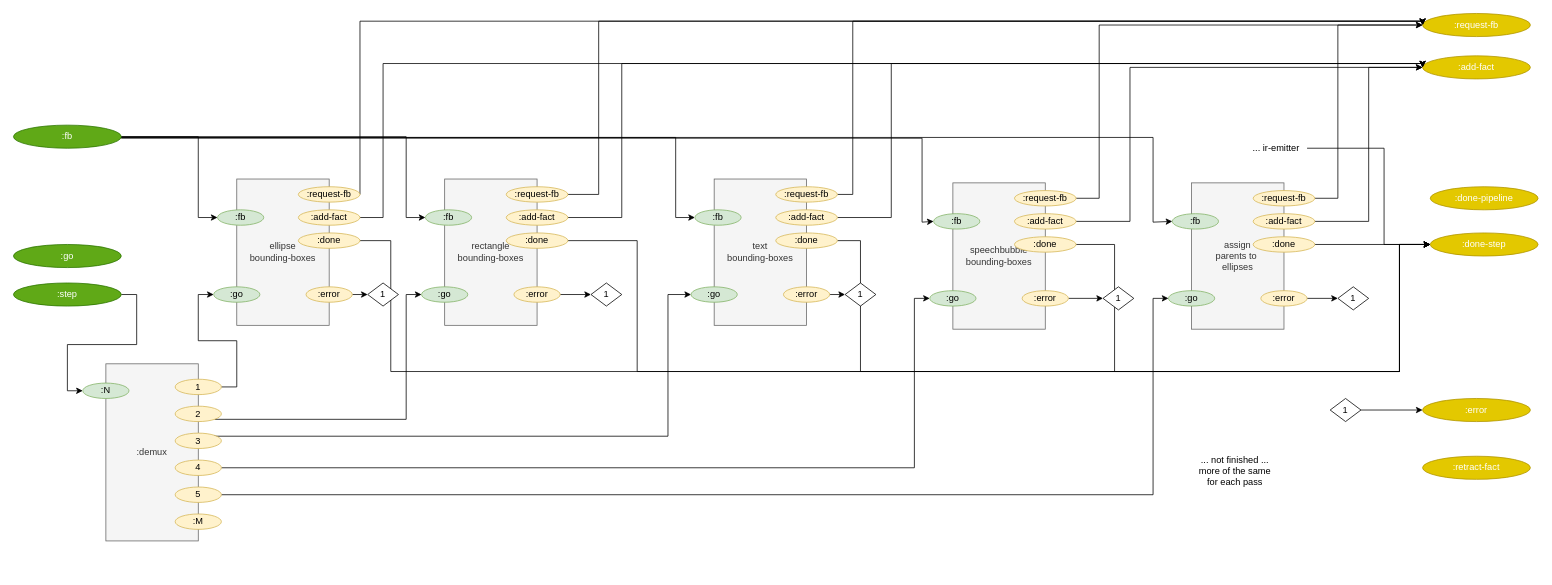
Earlier version of the draw.io diagram page "1. Passes" (7 of 7) of svg/cl-compiler/doc/V3-compiler.drawio (bmfbp/bmfbp). Source tidied: cells renumbered, new cells numbered last; positions are measured from the earlier drawing's top-left corner, leaving out a move shared by most shapes. Both pictures are drawn from the tidied source at 77%, with x=0, y=0 at pixel (13, 13).
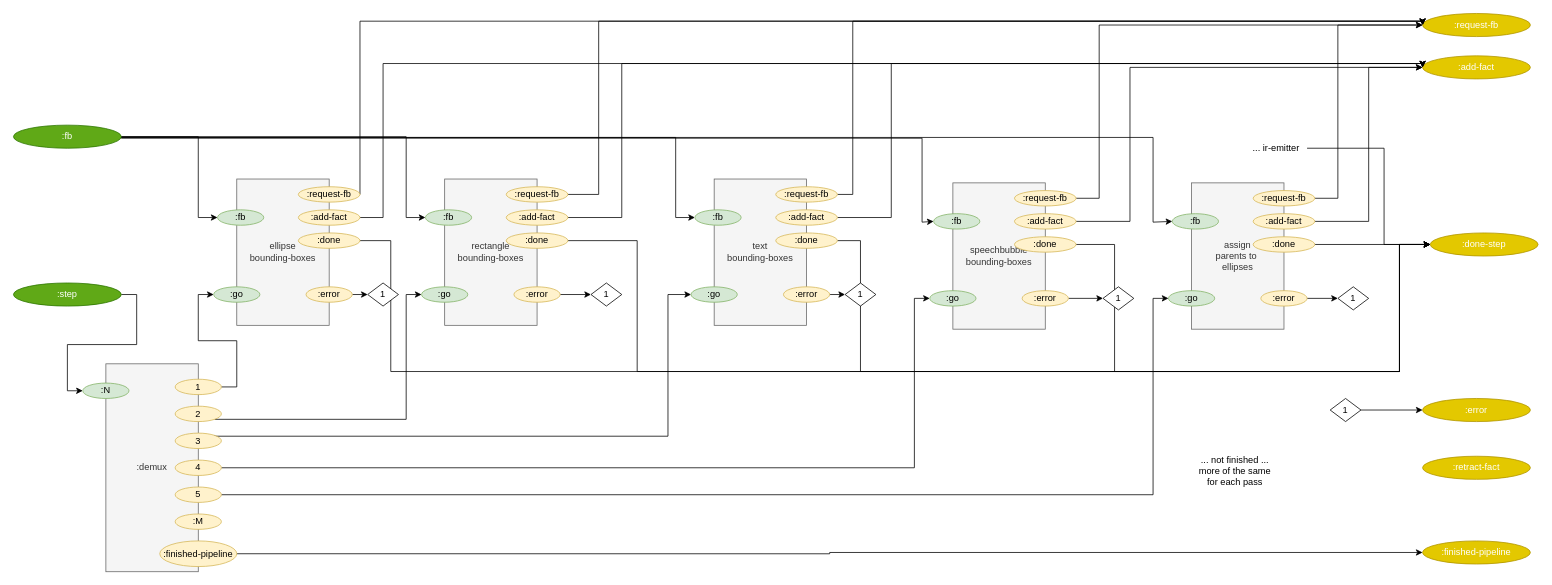
The same page after the edit.

Commit message:
corrected diagram

Diff of the diagram source:
```diff
@@
     <mxCell id="77" value=":demux" style="rounded=0;whiteSpace=wrap;html=1;fillColor=#f5f5f5;strokeColor=#666666;fontColor=#333333;" parent="1" vertex="1">
-      <mxGeometry x="120" y="455" width="120" height="230" as="geometry" />
+      <mxGeometry x="120" y="455" width="120" height="270" as="geometry" />
     </mxCell>
@@
-    <mxCell id="91" value=":go" style="ellipse;whiteSpace=wrap;html=1;fillColor=#60a917;strokeColor=#2D7600;fontColor=#ffffff;" parent="1" vertex="1">
-      <mxGeometry y="300" width="140" height="30" as="geometry" />
-    </mxCell>
-    <mxCell id="92" value=":done-pipeline" style="ellipse;whiteSpace=wrap;html=1;fillColor=#e3c800;strokeColor=#B09500;fontColor=#ffffff;" parent="1" vertex="1">
-      <mxGeometry x="1840" y="225" width="140" height="30" as="geometry" />
+    <mxCell id="92" value=":finished-pipeline" style="ellipse;whiteSpace=wrap;html=1;fillColor=#e3c800;strokeColor=#B09500;fontColor=#ffffff;" parent="1" vertex="1">
+      <mxGeometry x="1830" y="685" width="140" height="30" as="geometry" />
     </mxCell>
@@
+    <mxCell id="95" style="edgeStyle=orthogonalEdgeStyle;rounded=0;jettySize=auto;html=1;exitX=1;exitY=0.5;exitDx=0;exitDy=0;entryX=0;entryY=0.5;entryDx=0;entryDy=0;" parent="1" edge="1" source="96" target="92">
+      <mxGeometry relative="1" as="geometry" />
+    </mxCell>
+    <mxCell id="96" value=":finished-pipeline" style="ellipse;whiteSpace=wrap;html=1;fillColor=#fff2cc;strokeColor=#d6b656;" parent="1" vertex="1">
+      <mxGeometry x="190" y="685" width="100" height="33.3" as="geometry" />
+    </mxCell>
```
